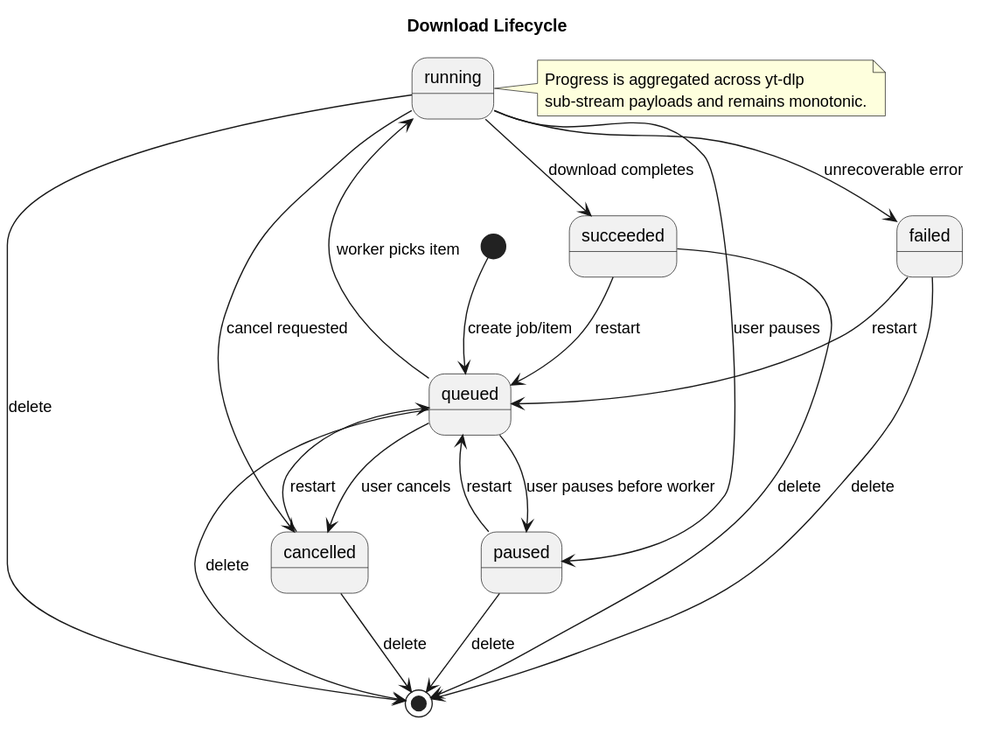
hnucjx/Design-and-Implementation-of-Database-Watermarking-Algorithms-Resistant-to-Brute-Force-Attacks. keeps this PlantUML diagram as docs/assets/diagrams/download-lifecycle.svg. Above is the earlier version.
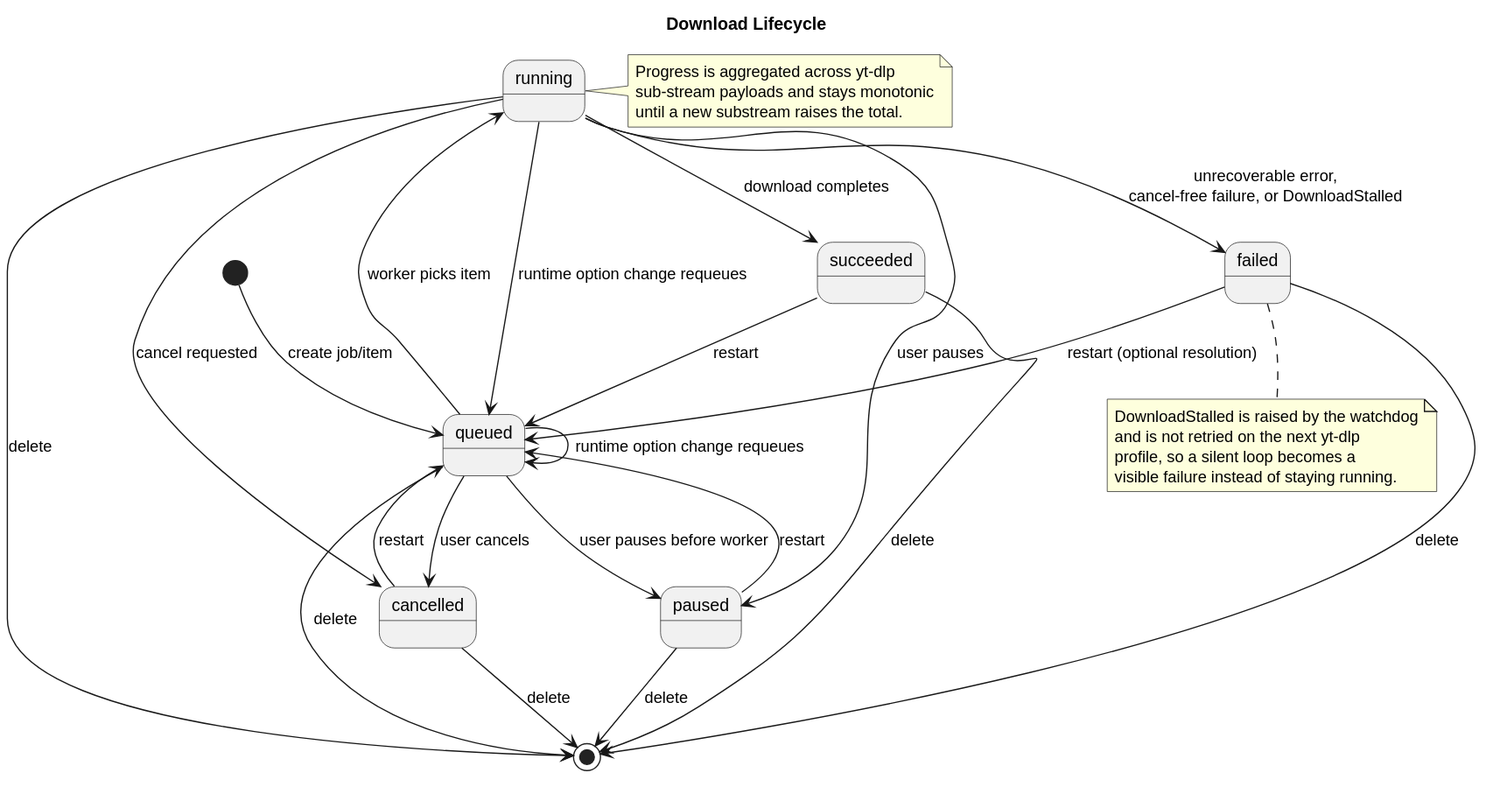
The same file after the commit.

Diff of the diagram source:
```diff
@@ -5,13 +5,15 @@
 [*] --> queued : create job/item
 queued --> running : worker picks item
 running --> succeeded : download completes
-running --> failed : unrecoverable error
+running --> failed : unrecoverable error,\ncancel-free failure, or DownloadStalled
 running --> paused : user pauses
 queued --> paused : user pauses before worker
 queued --> cancelled : user cancels
 running --> cancelled : cancel requested
+queued --> queued : runtime option change requeues
+running --> queued : runtime option change requeues
 paused --> queued : restart
-failed --> queued : restart
+failed --> queued : restart (optional resolution)
 succeeded --> queued : restart
 cancelled --> queued : restart
 queued --> [*] : delete
@@ -23,6 +25,14 @@
 
 note right of running
 Progress is aggregated across yt-dlp
-sub-stream payloads and remains monotonic.
+sub-stream payloads and stays monotonic
+until a new substream raises the total.
+end note
+
+note bottom of failed
+DownloadStalled is raised by the watchdog
+and is not retried on the next yt-dlp
+profile, so a silent loop becomes a
+visible failure instead of staying running.
 end note
 @enduml
```
